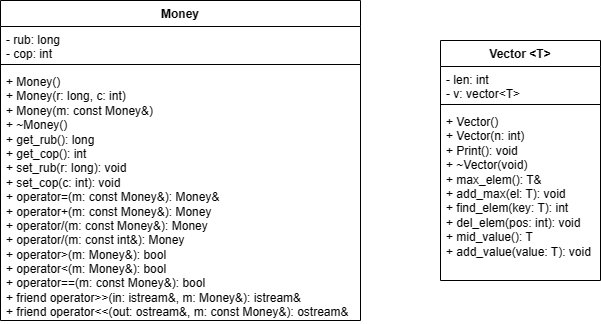
Above: 2_semestr/LABS_Class/11_LAB/11.1-11.2/11.1-11.2_LAB.png in blzz4c/PNRPU-2022-IVT22-1b (draw.io), before the change. Source tidied: cells renumbered, new cells last; positions are measured from the earlier drawing's top-left corner, leaving out a move shared by most shapes.
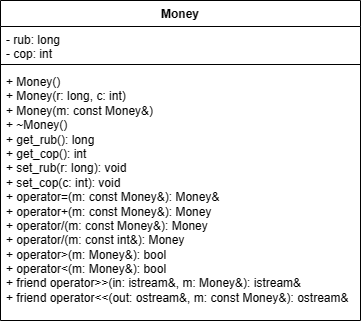
The same diagram one commit later.

Diff of the diagram source:
```diff
@@ -11,20 +11,8 @@
     <mxCell id="4" style="line;strokeWidth=1;fillColor=none;align=left;verticalAlign=middle;spacingTop=-1;spacingLeft=3;spacingRight=3;labelPosition=right;strokeColor=inherit;" parent="2" vertex="1">
       <mxGeometry y="60" width="360" height="8" as="geometry" />
     </mxCell>
-    <mxCell id="5" value="&lt;div&gt;+ Money()&lt;/div&gt;&lt;div&gt;&lt;span style=&quot;background-color: initial;&quot;&gt;+ Money(r: long, c: int)&lt;/span&gt;&lt;/div&gt;&lt;div&gt;&lt;span style=&quot;&quot;&gt;&lt;/span&gt;&lt;/div&gt;&lt;div&gt;&lt;span style=&quot;&quot;&gt;+ Money(m: const Money&amp;amp;)&lt;/span&gt;&lt;/div&gt;&lt;div&gt;&lt;span style=&quot;&quot;&gt;+ ~Money()&lt;/span&gt;&lt;/div&gt;&lt;div&gt;&lt;div&gt;+ get_rub(): long&lt;/div&gt;&lt;div&gt;&lt;span style=&quot;white-space: pre;&quot;&gt;+ &lt;/span&gt;get_cop(): int&lt;/div&gt;&lt;div&gt;+ set_rub(r: long): void&lt;/div&gt;&lt;div&gt;+ set_cop(c: int): void&lt;/div&gt;&lt;/div&gt;&lt;div&gt;&lt;span style=&quot;background-color: initial;&quot;&gt;+ operator=(m: const Money&amp;amp;): Money&amp;amp;&lt;/span&gt;&lt;/div&gt;&lt;div&gt;&lt;span style=&quot;&quot;&gt;+ operator+(m: const Money&amp;amp;): Money&lt;/span&gt;&lt;/div&gt;&lt;div&gt;&lt;div&gt;+ operator/(m: const Money&amp;amp;): Money&lt;/div&gt;&lt;div&gt;&lt;span style=&quot;&quot;&gt;+ &lt;/span&gt;operator/(m: const int&amp;amp;): Money&lt;/div&gt;&lt;/div&gt;&lt;div&gt;&lt;span style=&quot;&quot;&gt;+ operator&amp;gt;(m: Money&amp;amp;): bool&lt;/span&gt;&lt;/div&gt;&lt;div&gt;&lt;span style=&quot;&quot;&gt;+ operator&amp;lt;(m: Money&amp;amp;): bool&lt;/span&gt;&lt;/div&gt;&lt;div&gt;&lt;span style=&quot;&quot;&gt;+ operator==(m: const Money&amp;amp;): bool&lt;/span&gt;&lt;/div&gt;&lt;div&gt;&lt;span style=&quot;&quot;&gt;+ friend operator&amp;gt;&amp;gt;(in: istream&amp;amp;, m: Money&amp;amp;): istream&amp;amp;&lt;/span&gt;&lt;/div&gt;&lt;div&gt;&lt;span style=&quot;&quot;&gt;+ friend operator&amp;lt;&amp;lt;(out: ostream&amp;amp;, m: const Money&amp;amp;): ostream&amp;amp;&lt;/span&gt;&lt;/div&gt;" style="text;strokeColor=none;fillColor=none;align=left;verticalAlign=top;spacingLeft=4;spacingRight=4;overflow=hidden;whiteSpace=wrap;html=1;" parent="2" vertex="1">
+    <mxCell id="5" value="&lt;div&gt;+ Money()&lt;/div&gt;&lt;div&gt;&lt;span style=&quot;background-color: initial;&quot;&gt;+ Money(r: long, c: int)&lt;/span&gt;&lt;/div&gt;&lt;div&gt;&lt;span style=&quot;&quot;&gt;&lt;/span&gt;&lt;/div&gt;&lt;div&gt;&lt;span style=&quot;&quot;&gt;+ Money(m: const Money&amp;amp;)&lt;/span&gt;&lt;/div&gt;&lt;div&gt;&lt;span style=&quot;&quot;&gt;+ ~Money()&lt;/span&gt;&lt;/div&gt;&lt;div&gt;&lt;div&gt;+ get_rub(): long&lt;/div&gt;&lt;div&gt;&lt;span style=&quot;white-space: pre;&quot;&gt;+ &lt;/span&gt;get_cop(): int&lt;/div&gt;&lt;div&gt;+ set_rub(r: long): void&lt;/div&gt;&lt;div&gt;+ set_cop(c: int): void&lt;/div&gt;&lt;/div&gt;&lt;div&gt;&lt;span style=&quot;background-color: initial;&quot;&gt;+ operator=(m: const Money&amp;amp;): Money&amp;amp;&lt;/span&gt;&lt;/div&gt;&lt;div&gt;&lt;span style=&quot;&quot;&gt;+ operator+(m: const Money&amp;amp;): Money&lt;/span&gt;&lt;/div&gt;&lt;div&gt;&lt;div&gt;+ operator/(m: const Money&amp;amp;): Money&lt;/div&gt;&lt;div&gt;&lt;span style=&quot;&quot;&gt;+ &lt;/span&gt;operator/(m: const int&amp;amp;): Money&lt;/div&gt;&lt;/div&gt;&lt;div&gt;&lt;span style=&quot;&quot;&gt;+ operator&amp;gt;(m: Money&amp;amp;): bool&lt;/span&gt;&lt;/div&gt;&lt;div&gt;&lt;span style=&quot;&quot;&gt;+ operator&amp;lt;(m: Money&amp;amp;): bool&lt;/span&gt;&lt;/div&gt;&lt;div&gt;&lt;span style=&quot;&quot;&gt;+ friend operator&amp;gt;&amp;gt;(in: istream&amp;amp;, m: Money&amp;amp;): istream&amp;amp;&lt;/span&gt;&lt;/div&gt;&lt;div&gt;&lt;span style=&quot;&quot;&gt;+ friend operator&amp;lt;&amp;lt;(out: ostream&amp;amp;, m: const Money&amp;amp;): ostream&amp;amp;&lt;/span&gt;&lt;/div&gt;" style="text;strokeColor=none;fillColor=none;align=left;verticalAlign=top;spacingLeft=4;spacingRight=4;overflow=hidden;whiteSpace=wrap;html=1;" parent="2" vertex="1">
       <mxGeometry y="68" width="360" height="252" as="geometry" />
     </mxCell>
-    <mxCell id="6" value="Vector &amp;lt;T&amp;gt;" style="swimlane;fontStyle=1;align=center;verticalAlign=top;horizontal=1;startSize=26;whiteSpace=wrap;html=1;" parent="1" vertex="1">
-      <mxGeometry x="440" y="40" width="160" height="240" as="geometry" />
-    </mxCell>
-    <mxCell id="7" value="- len: int&lt;br&gt;- v: vector&amp;lt;T&amp;gt;" style="text;strokeColor=none;fillColor=none;align=left;verticalAlign=top;spacingLeft=4;spacingRight=4;overflow=hidden;whiteSpace=wrap;html=1;" parent="6" vertex="1">
-      <mxGeometry y="26" width="160" height="34" as="geometry" />
-    </mxCell>
-    <mxCell id="8" style="line;strokeWidth=1;fillColor=none;align=left;verticalAlign=middle;spacingTop=-1;spacingLeft=3;spacingRight=3;labelPosition=right;strokeColor=inherit;" parent="6" vertex="1">
-      <mxGeometry y="60" width="160" height="8" as="geometry" />
-    </mxCell>
-    <mxCell id="9" value="&lt;div&gt;+ Vector()&lt;/div&gt;&lt;div&gt;+ Vector(n: int)&lt;span style=&quot;&quot;&gt;&lt;/span&gt;&lt;/div&gt;&lt;div&gt;&lt;span style=&quot;&quot;&gt;+ Print(): void&lt;/span&gt;&lt;/div&gt;&lt;div&gt;&lt;span style=&quot;&quot;&gt;+ ~Vector(void)&lt;/span&gt;&lt;/div&gt;&lt;div&gt;&lt;span style=&quot;&quot;&gt;+ max_elem(): T&amp;amp;&lt;/span&gt;&lt;/div&gt;&lt;div&gt;&lt;span style=&quot;&quot;&gt;+ add_max(el: T): void&lt;/span&gt;&lt;/div&gt;&lt;div&gt;&lt;span style=&quot;&quot;&gt;+ find_elem(key: T): int&lt;/span&gt;&lt;/div&gt;&lt;div&gt;&lt;span style=&quot;&quot;&gt;+ del_elem(pos: int): void&lt;/span&gt;&lt;/div&gt;&lt;div&gt;&lt;span style=&quot;&quot;&gt;+ mid_value(): T&lt;/span&gt;&lt;/div&gt;&lt;div&gt;&lt;span style=&quot;&quot;&gt;+ add_value(value: T): void&lt;/span&gt;&lt;/div&gt;" style="text;strokeColor=none;fillColor=none;align=left;verticalAlign=top;spacingLeft=4;spacingRight=4;overflow=hidden;whiteSpace=wrap;html=1;" parent="6" vertex="1">
-      <mxGeometry y="68" width="160" height="172" as="geometry" />
-    </mxCell>
   </root>
 </mxGraphModel>
```
